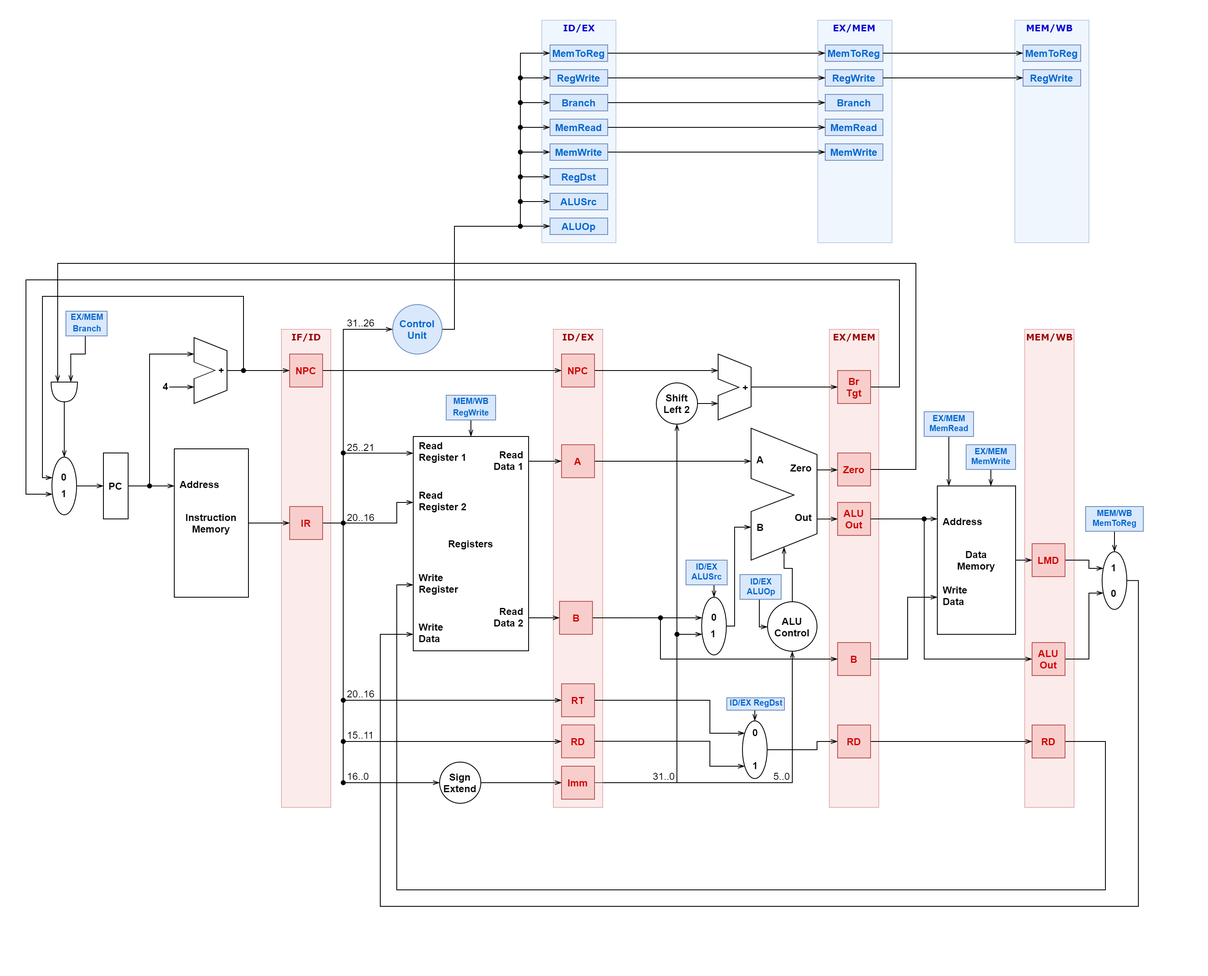
Earlier version of the draw.io export diagramBasic.png (gabekanegae/mips-pipeline-simulator). Source tidied: cells renumbered, new cells last; positions are measured from the earlier drawing's top-left corner, leaving out a move shared by most shapes.
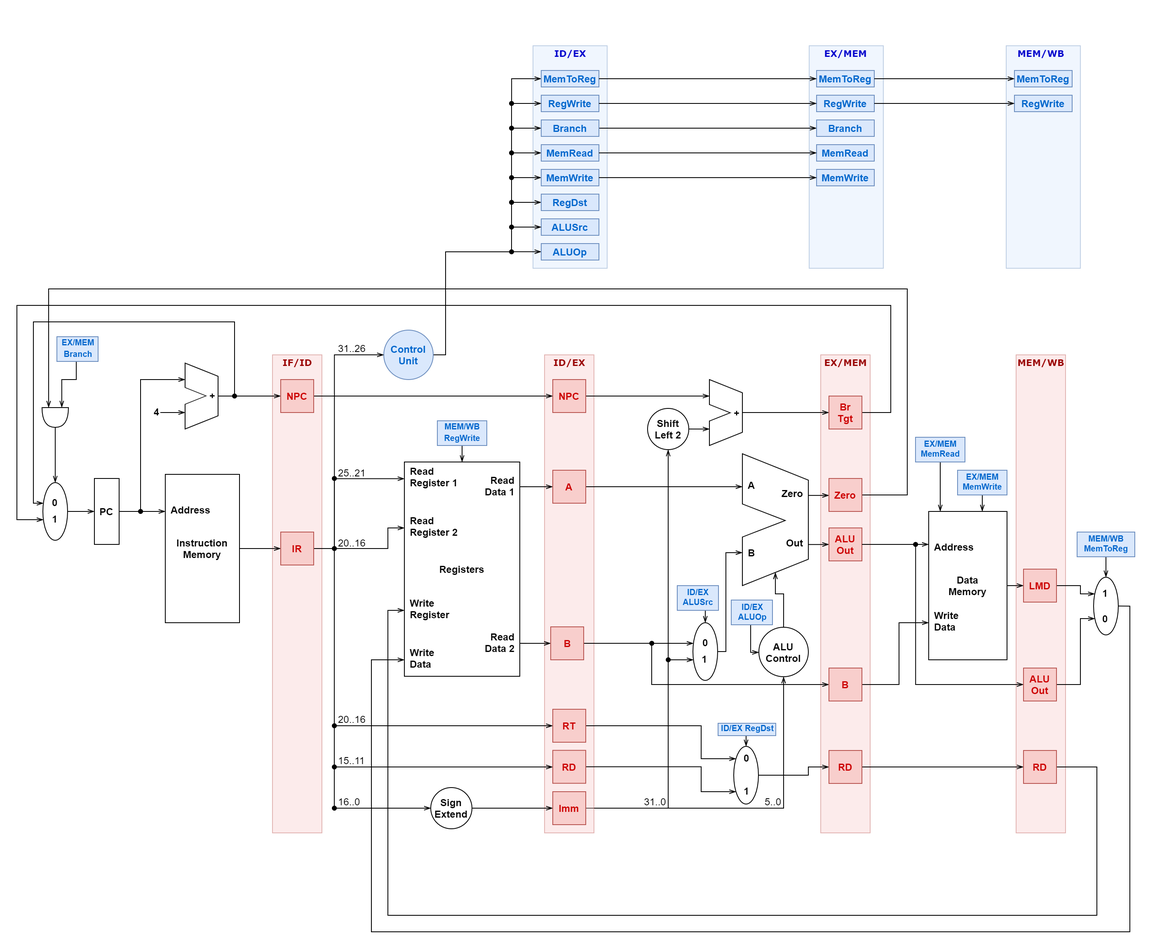
The same file after the commit.

Commit message:
Fix diagram sizes

What changed in the source:
```diff
@@ -2,6 +2,9 @@
   <root>
     <mxCell id="0" />
     <mxCell id="1" parent="0" />
+    <mxCell id="200" style="rounded=0;whiteSpace=wrap;html=1;fillColor=none;strokeColor=none;" parent="1" vertex="1">
+      <mxGeometry x="-20" y="-55" width="1400" height="1154" as="geometry" />
+    </mxCell>
     <mxCell id="2" style="edgeStyle=orthogonalEdgeStyle;rounded=0;jettySize=auto;html=1;exitX=1;exitY=0.5;exitDx=0;exitDy=0;endArrow=openThin;endFill=0;fontStyle=1;" parent="1" edge="1" source="190" target="33">
       <mxGeometry relative="1" as="geometry">
         <Array as="points">
```
